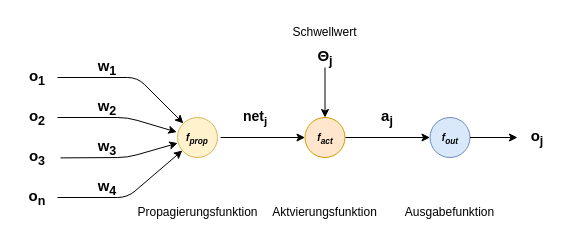
simonhauck/MPI_NEAT keeps this draw.io diagram as page "ArtificalNeuron" (2 of 5) of diagrams/NeuralNetworkBasics.drawio. Above is the earlier version. Source tidied: cells renumbered, new cells numbered last; positions are measured from the earlier drawing's top-left corner, leaving out a move shared by most shapes. Both pictures are drawn from the tidied source at 100%, with x=0, y=0 at pixel (17, 17).
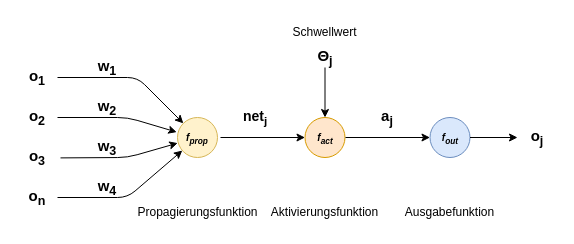
After the change.

Diff of the diagram source:
```diff
@@
-    <mxCell id="16" value="Aktvierungsfunktion" style="text;html=1;strokeColor=none;fillColor=none;align=center;verticalAlign=middle;whiteSpace=wrap;rounded=0;rotation=0;" parent="1" vertex="1">
+    <mxCell id="16" value="Aktivierungsfunktion" style="text;html=1;strokeColor=none;fillColor=none;align=center;verticalAlign=middle;whiteSpace=wrap;rounded=0;rotation=0;" parent="1" vertex="1">
       <mxGeometry x="270" y="180" width="75" height="30" as="geometry" />
     </mxCell>
```
